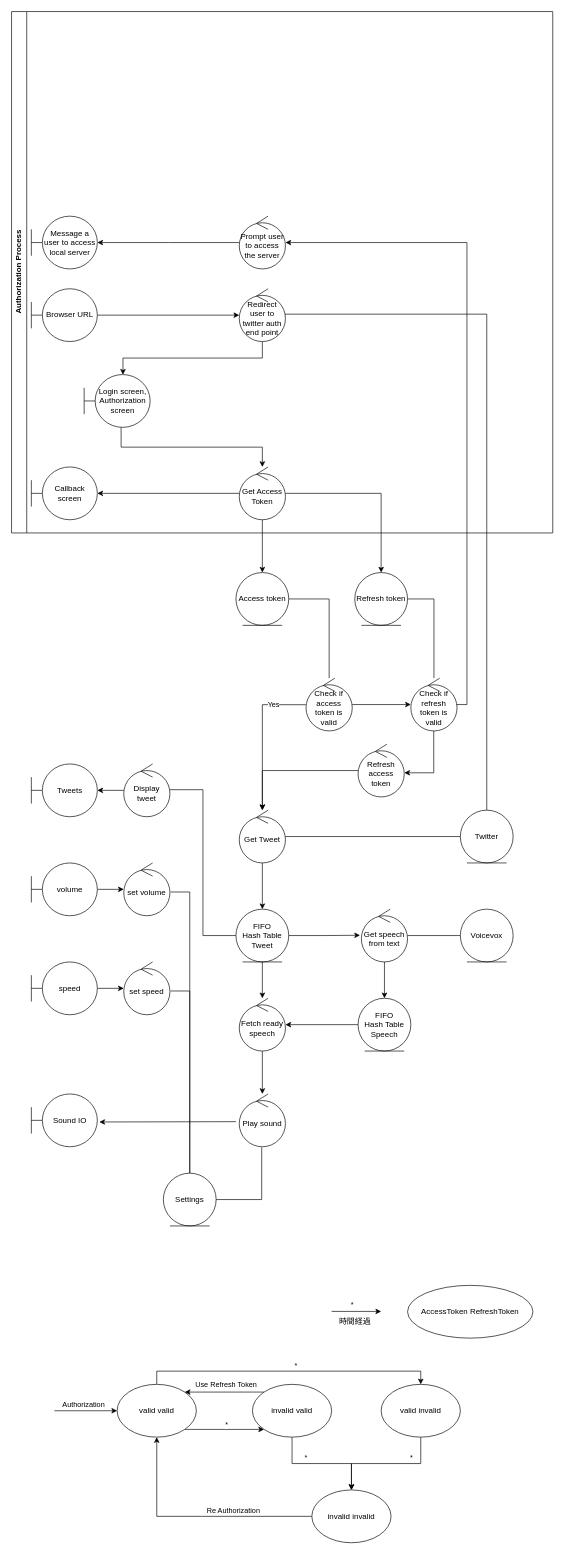
Before: design/robustness.drawio in tapoh22334/twradio, a draw.io diagram. Source tidied: cells renumbered, new cells numbered last; positions are measured from the earlier drawing's top-left corner, leaving out a move shared by most shapes. Both pictures are drawn from the tidied source at 66%, with x=0, y=0 at pixel (11, 11).
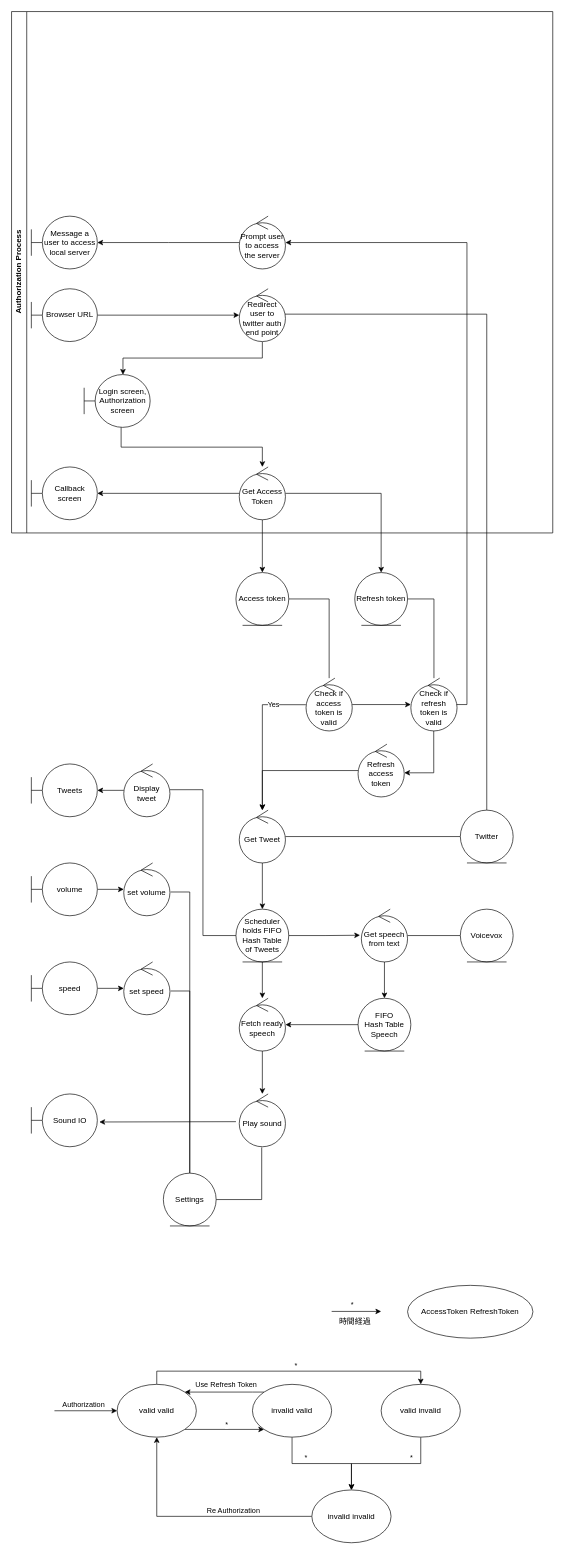
Above is the later version.

Change to the diagram source:
```diff
@@
-    <mxCell id="12" value="FIFO&lt;br&gt;Hash Table&lt;br&gt;Tweet" style="ellipse;shape=umlEntity;whiteSpace=wrap;html=1;" parent="1" vertex="1">
+    <mxCell id="12" value="Scheduler&lt;br&gt;holds FIFO&lt;br&gt;Hash Table&lt;br&gt;of Tweets" style="ellipse;shape=umlEntity;whiteSpace=wrap;html=1;" parent="1" vertex="1">
       <mxGeometry x="340" y="1360" width="80" height="80" as="geometry" />
     </mxCell>
```
